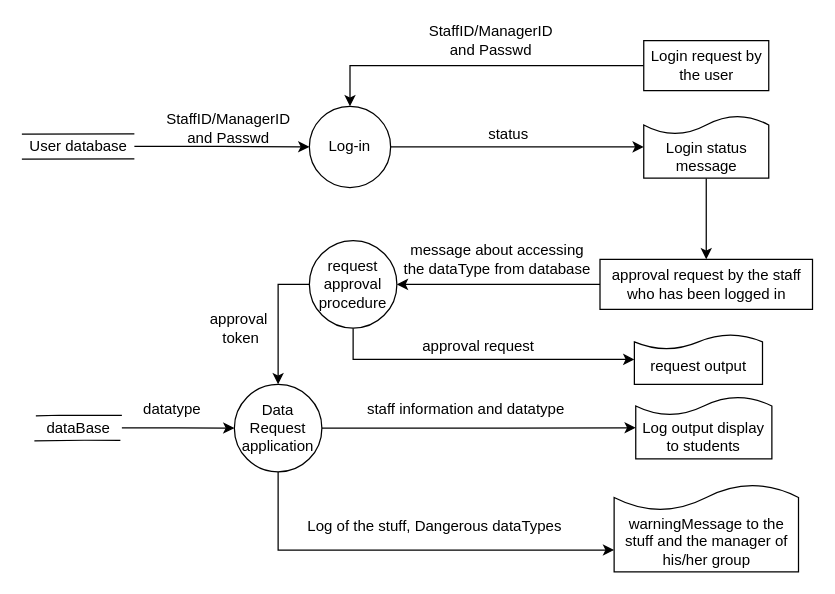
This is fig2.drawio from 1067147135/draw, a draw.io file, before an edit. Source tidied: cells renumbered, new cells numbered last; positions are measured from the earlier drawing's top-left corner, leaving out a move shared by most shapes. Both pictures are drawn from the tidied source at 125%, with x=0, y=0 at pixel (21, 21).
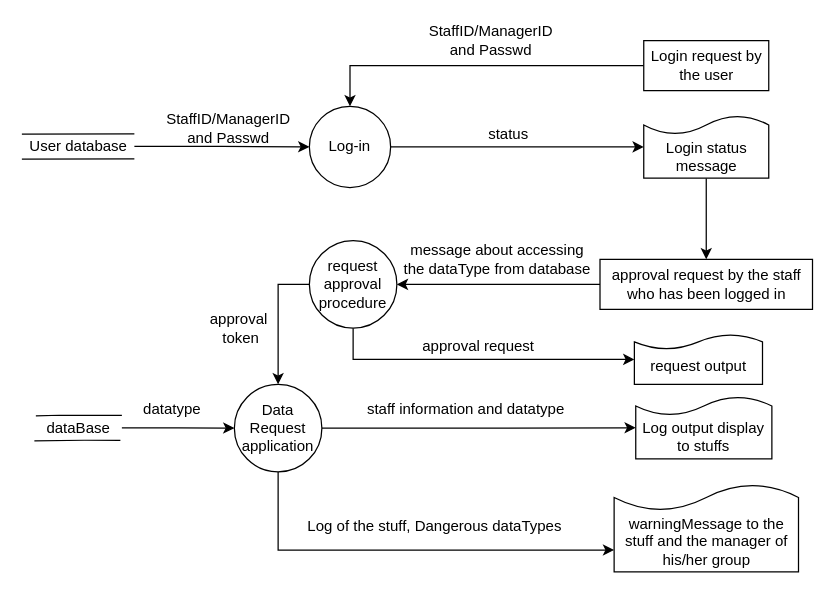
The same diagram, later.

What changed in the source:
```diff
@@
-    <mxCell id="32" value="Log output display to students" style="shape=document;whiteSpace=wrap;html=1;boundedLbl=1;direction=west;" parent="1" vertex="1">
+    <mxCell id="32" value="Log output display to stuffs" style="shape=document;whiteSpace=wrap;html=1;boundedLbl=1;direction=west;" parent="1" vertex="1">
       <mxGeometry x="491.1" y="299.9" width="108.9" height="49.6" as="geometry" />
     </mxCell>
```
